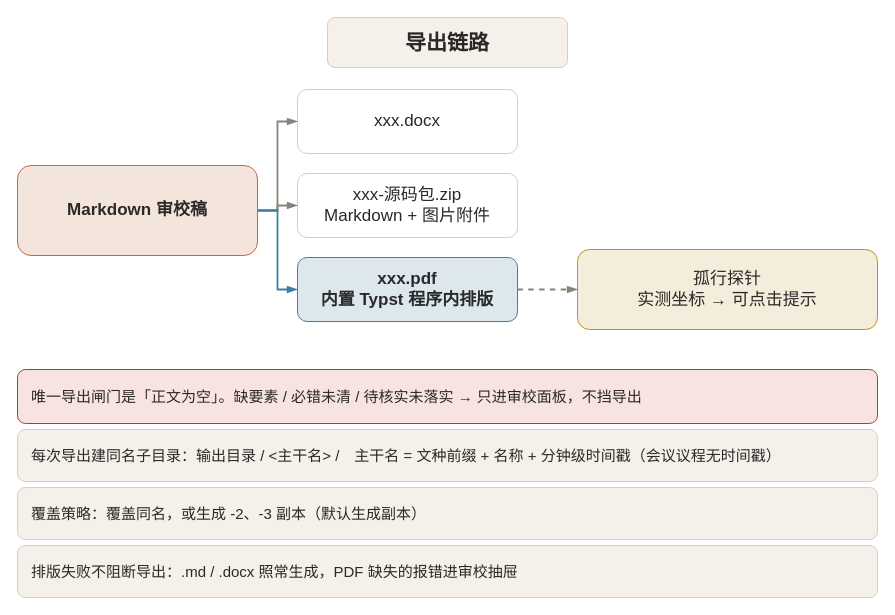
Earlier version of the draw.io diagram docs/help/diagrams/diag-export.drawio (billowsand/gongwen). Source tidied: cells renumbered, new cells numbered last; positions are measured from the earlier drawing's top-left corner, leaving out a move shared by most shapes. Both pictures are drawn from the tidied source at 100%, with x=0, y=0 at pixel (17, 17).
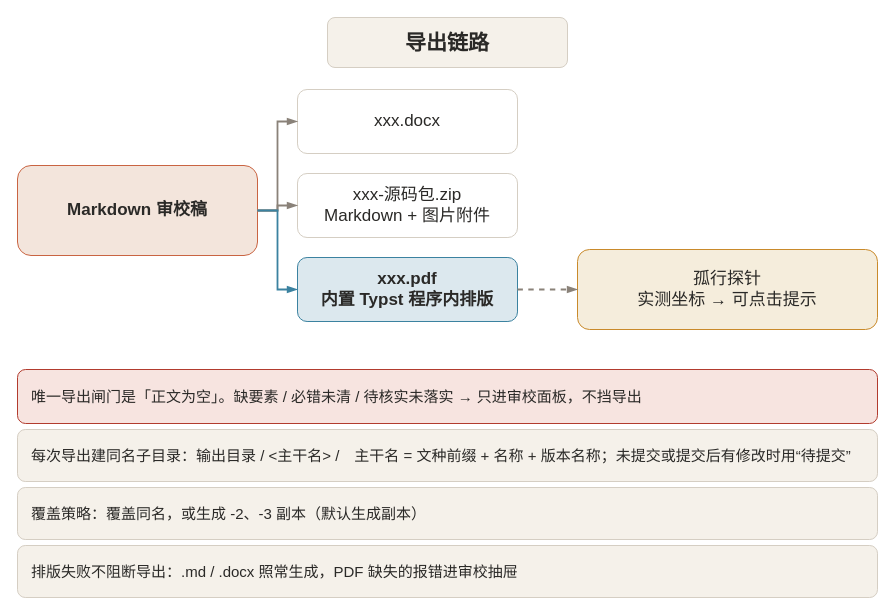
The same diagram, later.

What changed in the source:
```diff
@@
-    <mxCell id="13" value="每次导出建同名子目录：输出目录 / &amp;lt;主干名&amp;gt; /　主干名 = 文种前缀 + 名称 + 分钟级时间戳（会议议程无时间戳）" style="rounded=1;whiteSpace=wrap;html=1;fillColor=#F5F1EA;strokeColor=#D5CEC3;fontColor=#2A2927;fontFamily=Aa顺風顺水顺财神;fontSize=15;align=left;spacingLeft=12;spacingRight=10;" parent="1" vertex="1">
+    <mxCell id="13" value="每次导出建同名子目录：输出目录 / &amp;lt;主干名&amp;gt; /　主干名 = 文种前缀 + 名称 + 版本名称；未提交或提交后有修改时用“待提交”" style="rounded=1;whiteSpace=wrap;html=1;fillColor=#F5F1EA;strokeColor=#D5CEC3;fontColor=#2A2927;fontFamily=Aa顺風顺水顺财神;fontSize=15;align=left;spacingLeft=12;spacingRight=10;" parent="1" vertex="1">
       <mxGeometry y="412" width="860" height="52" as="geometry" />
     </mxCell>
```
